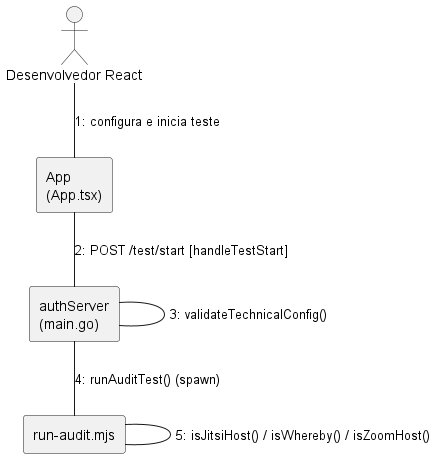
This is Artefatos/DiagramaDeComunicacaoConfiguracaoEValidacao.png from ICEI-PUC-Minas-PPLES-TI/plf-es-2025-2-tcci-0393100-dev-rafael-parreira, a PlantUML export, as it was before one commit. Its source is kept beside it as Artefatos/DiagramaDeComunicacaoConfiguracaoEValidacao.puml.
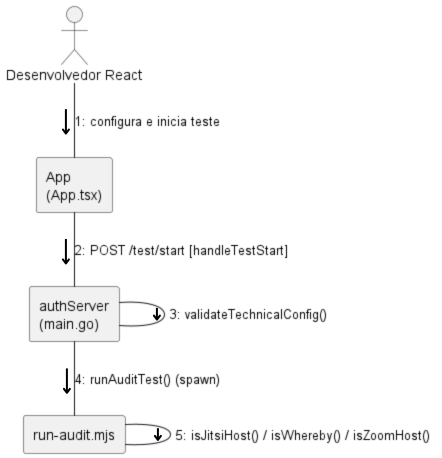
After the change.

Diff of the diagram source:
```diff
@@ -12,5 +12,5 @@
 App -- Core : 2: POST /test/start [handleTestStart]
 Core -- Core : 3: validateTechnicalConfig()
 Core -- Runner : 4: runAuditTest() (spawn)
-Runner -- Runner : 5: isJitsiHost() / isWhereby() / isZoomHost()
+Runner -- Runner : 5: ProviderFactory.createProvider() -> IConferenceProvider
 @enduml
```
